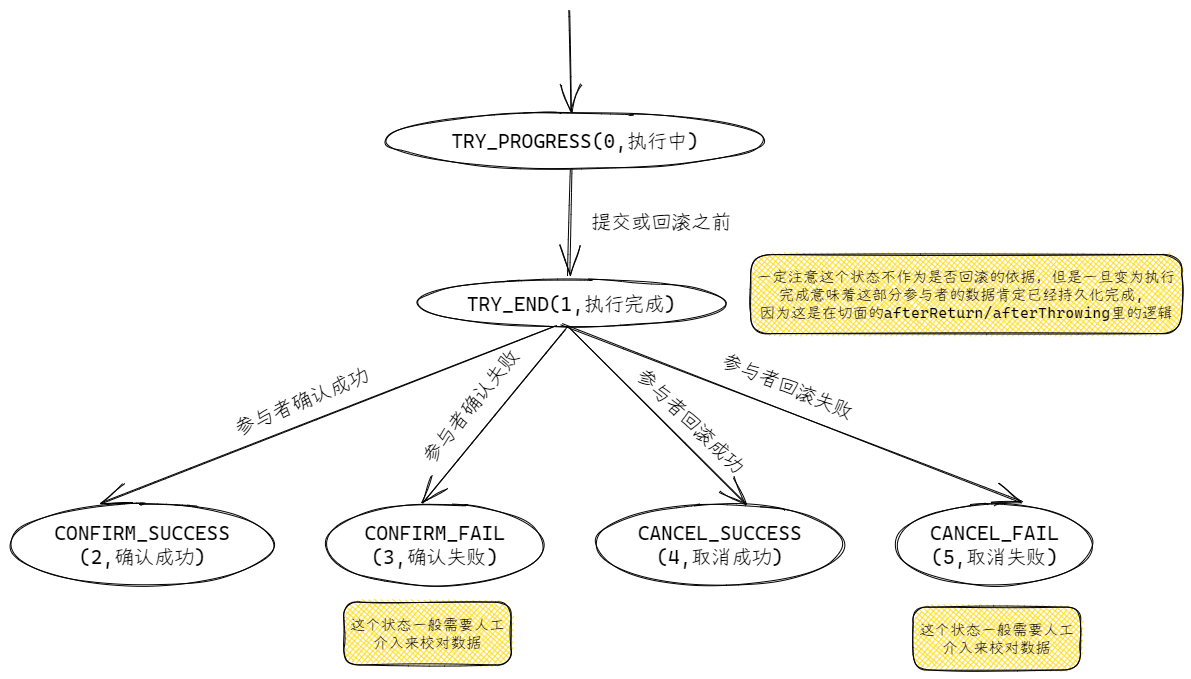
The Excalidraw diagram starboss/分布式事务/6. 参与者状态流转图.excalidraw.png in XujinCoding/Excalidraw, before a commit. Source tidied: one line per element, renumbered; positions are measured from the earlier drawing's top-left corner, leaving out a move shared by most shapes. The source it was exported from:
```json
{"id": 0, "type": "arrow", "strokeColor": "#000000", "strokeWidth": 1, "roughness": 1, "endArrowhead": "arrow", "round": true, "to": 1, "x": 559, "y": 0, "width": 2, "height": 102, "points": [[0, 0], [2, 102]]}
{"id": 1, "type": "ellipse", "strokeColor": "#000000", "strokeWidth": 1, "roughness": 1, "round": true, "x": 376, "y": 103, "width": 378, "height": 56}
{"id": 2, "type": "text", "text": "TRY_PROGRESS(0,执行中)", "strokeColor": "#000000", "strokeWidth": 1, "roughness": 1, "fontSize": 20, "fontFamily": 3, "textAlign": "center", "verticalAlign": "middle", "inside": 1, "x": 441, "y": 119, "width": 248, "height": 24}
{"id": 3, "type": "ellipse", "strokeColor": "#000000", "strokeWidth": 1, "roughness": 1, "round": true, "x": 406, "y": 269, "width": 310, "height": 48}
{"id": 4, "type": "text", "text": "TRY_END(1,执行完成)", "strokeColor": "#000000", "strokeWidth": 1, "roughness": 1, "fontSize": 20, "fontFamily": 3, "textAlign": "center", "verticalAlign": "middle", "inside": 3, "x": 457, "y": 281, "width": 209, "height": 24}
{"id": 5, "type": "arrow", "strokeColor": "#000000", "strokeWidth": 1, "roughness": 1, "endArrowhead": "arrow", "round": true, "from": 1, "to": 3, "x": 561, "y": 160, "width": 3, "height": 106, "points": [[0, 0], [-3, 106]]}
{"id": 6, "type": "text", "text": "提交或回滚之前", "strokeColor": "#000000", "strokeWidth": 1, "roughness": 1, "fontSize": 20, "fontFamily": 3, "x": 581, "y": 200, "width": 140, "height": 24}
{"id": 7, "type": "ellipse", "strokeColor": "#000000", "strokeWidth": 1, "roughness": 1, "round": true, "x": 0, "y": 494, "width": 264, "height": 82}
{"id": 8, "type": "text", "text": "CONFIRM_SUCCESS\n(2,确认成功)", "strokeColor": "#000000", "strokeWidth": 1, "roughness": 1, "fontSize": 20, "fontFamily": 3, "textAlign": "center", "verticalAlign": "middle", "inside": 7, "x": 44, "y": 511, "width": 176, "height": 48}
{"id": 9, "type": "ellipse", "strokeColor": "#000000", "strokeWidth": 1, "roughness": 1, "round": true, "x": 316, "y": 494, "width": 217, "height": 82}
{"id": 10, "type": "text", "text": "CONFIRM_FAIL\n(3,确认失败)", "strokeColor": "#000000", "strokeWidth": 1, "roughness": 1, "fontSize": 20, "fontFamily": 3, "textAlign": "center", "verticalAlign": "middle", "inside": 9, "x": 354, "y": 511, "width": 141, "height": 48}
{"id": 11, "type": "ellipse", "strokeColor": "#000000", "strokeWidth": 1, "roughness": 1, "round": true, "x": 586, "y": 494, "width": 248, "height": 82}
{"id": 12, "type": "text", "text": "CANCEL_SUCCESS\n(4,取消成功)", "strokeColor": "#000000", "strokeWidth": 1, "roughness": 1, "fontSize": 20, "fontFamily": 3, "textAlign": "center", "verticalAlign": "middle", "inside": 11, "x": 628, "y": 511, "width": 164, "height": 48}
{"id": 13, "type": "ellipse", "strokeColor": "#000000", "strokeWidth": 1, "roughness": 1, "round": true, "x": 886, "y": 494, "width": 196, "height": 82}
{"id": 14, "type": "text", "text": "CANCEL_FAIL\n(5,取消失败)", "strokeColor": "#000000", "strokeWidth": 1, "roughness": 1, "fontSize": 20, "fontFamily": 3, "textAlign": "center", "verticalAlign": "middle", "inside": 13, "x": 920, "y": 511, "width": 129, "height": 48}
{"id": 15, "type": "arrow", "strokeColor": "#000000", "strokeWidth": 1, "roughness": 1, "endArrowhead": "arrow", "round": true, "to": 7, "x": 546, "y": 315, "width": 454, "height": 177, "points": [[0, 0], [-454, 177]]}
{"id": 16, "type": "arrow", "strokeColor": "#000000", "strokeWidth": 1, "roughness": 1, "endArrowhead": "arrow", "round": true, "from": 3, "to": 9, "x": 557, "y": 318, "width": 145, "height": 175, "points": [[0, 0], [-145, 175]]}
{"id": 17, "type": "arrow", "strokeColor": "#000000", "strokeWidth": 1, "roughness": 1, "endArrowhead": "arrow", "round": true, "from": 3, "to": 11, "x": 559, "y": 318, "width": 176, "height": 175, "points": [[0, 0], [176, 175]]}
{"id": 18, "type": "arrow", "strokeColor": "#000000", "strokeWidth": 1, "roughness": 1, "endArrowhead": "arrow", "round": true, "to": 13, "x": 552, "y": 315, "width": 461, "height": 177, "points": [[0, 0], [461, 177]]}
{"id": 19, "type": "text", "text": "参与者确认成功", "strokeColor": "#000000", "angle": 5.88, "strokeWidth": 1, "roughness": 1, "fontSize": 20.43, "fontFamily": 3, "x": 220, "y": 380, "width": 143, "height": 24}
{"id": 20, "type": "text", "text": "参与者确认失败", "strokeColor": "#000000", "angle": 5.39, "strokeWidth": 1, "roughness": 1, "fontSize": 20, "fontFamily": 3, "x": 391, "y": 384, "width": 140, "height": 24}
{"id": 21, "type": "text", "text": "参与者回滚成功", "strokeColor": "#000000", "angle": 0.77, "strokeWidth": 1, "roughness": 1, "fontSize": 20, "fontFamily": 3, "x": 611, "y": 399, "width": 140, "height": 24}
{"id": 22, "type": "text", "text": "参与者回滚失败", "strokeColor": "#000000", "angle": 0.39, "strokeWidth": 1, "roughness": 1, "fontSize": 20, "fontFamily": 3, "x": 708, "y": 364, "width": 140, "height": 24}
{"id": 23, "type": "rectangle", "strokeColor": "#000000", "backgroundColor": "#ffd700", "fillStyle": "cross-hatch", "strokeWidth": 1, "roughness": 1, "round": true, "x": 741, "y": 245, "width": 431, "height": 79}
{"id": 24, "type": "text", "text": "一定注意这个状态不作为是否回滚的依据，但是一旦变为执行\n完成意味着这部分参与者的数据肯定已经持久化完成, \n因为这是在切面的afterReturn/afterThrowing里的逻辑", "strokeColor": "#000000", "backgroundColor": "#228be6", "fillStyle": "hachure", "strokeWidth": 1, "roughness": 1, "fontSize": 15.5, "fontFamily": 3, "textAlign": "center", "verticalAlign": "middle", "inside": 23, "x": 747, "y": 257, "width": 418, "height": 54}
{"id": 25, "type": "rectangle", "strokeColor": "#000000", "backgroundColor": "#ffd700", "fillStyle": "cross-hatch", "strokeWidth": 1, "roughness": 1, "round": true, "x": 334, "y": 592, "width": 167, "height": 63}
{"id": 26, "type": "text", "text": "这个状态一般需要人工\n介入来校对数据", "strokeColor": "#000000", "backgroundColor": "#228be6", "fillStyle": "hachure", "strokeWidth": 1, "roughness": 1, "fontSize": 15.5, "fontFamily": 3, "textAlign": "center", "verticalAlign": "middle", "inside": 25, "x": 340, "y": 606, "width": 155, "height": 36}
{"id": 27, "type": "rectangle", "strokeColor": "#000000", "backgroundColor": "#ffd700", "fillStyle": "cross-hatch", "strokeWidth": 1, "roughness": 1, "round": true, "x": 903, "y": 597, "width": 167, "height": 63}
{"id": 28, "type": "text", "text": "这个状态一般需要人工\n介入来校对数据", "strokeColor": "#000000", "backgroundColor": "#228be6", "fillStyle": "hachure", "strokeWidth": 1, "roughness": 1, "fontSize": 15.5, "fontFamily": 3, "textAlign": "center", "verticalAlign": "middle", "inside": 27, "x": 909, "y": 611, "width": 155, "height": 36}
```
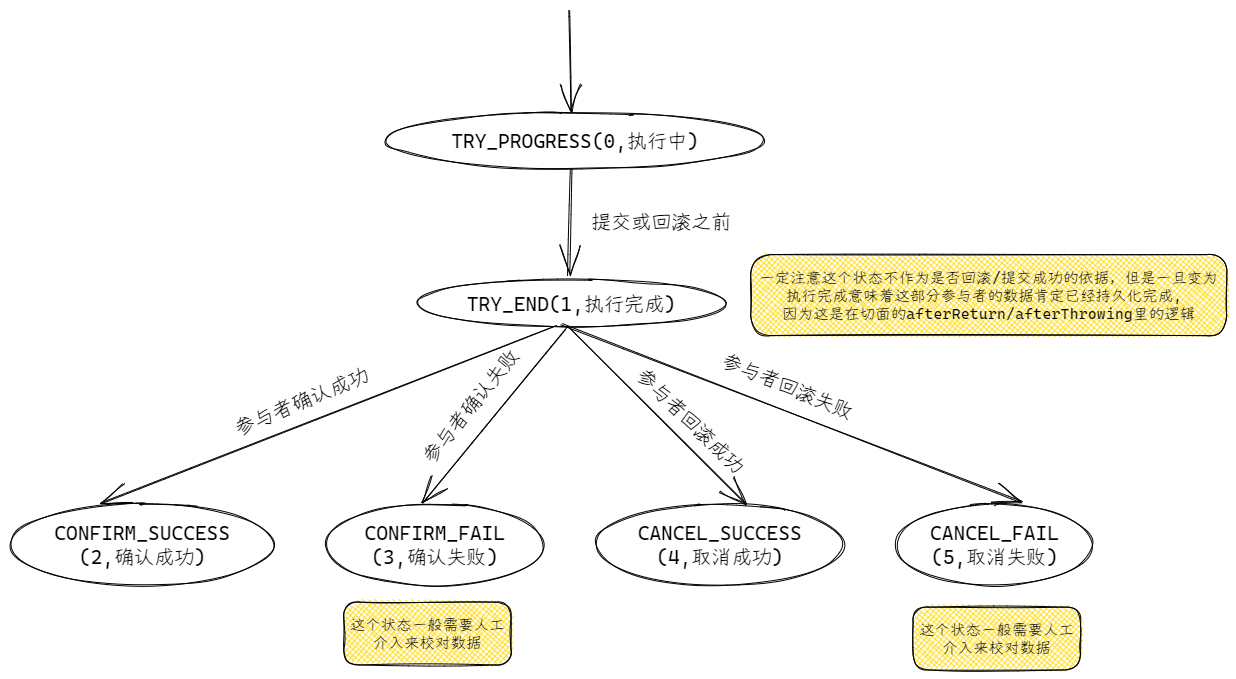
Later version of the same file.

Commit message:
分布式事务图细节补充

What changed in the source:
```diff
@@ -21,8 +21,8 @@
 {"id": 20, "type": "text", "text": "参与者确认失败", "strokeColor": "#000000", "angle": 5.39, "strokeWidth": 1, "roughness": 1, "fontSize": 20, "fontFamily": 3, "x": 391, "y": 384, "width": 140, "height": 24}
 {"id": 21, "type": "text", "text": "参与者回滚成功", "strokeColor": "#000000", "angle": 0.77, "strokeWidth": 1, "roughness": 1, "fontSize": 20, "fontFamily": 3, "x": 611, "y": 399, "width": 140, "height": 24}
 {"id": 22, "type": "text", "text": "参与者回滚失败", "strokeColor": "#000000", "angle": 0.39, "strokeWidth": 1, "roughness": 1, "fontSize": 20, "fontFamily": 3, "x": 708, "y": 364, "width": 140, "height": 24}
-{"id": 23, "type": "rectangle", "strokeColor": "#000000", "backgroundColor": "#ffd700", "fillStyle": "cross-hatch", "strokeWidth": 1, "roughness": 1, "round": true, "x": 741, "y": 245, "width": 431, "height": 79}
+{"id": 23, "type": "rectangle", "strokeColor": "#000000", "backgroundColor": "#ffd700", "fillStyle": "cross-hatch", "strokeWidth": 1, "roughness": 1, "round": true, "x": 741, "y": 245, "width": 476, "height": 81}
-{"id": 24, "type": "text", "text": "一定注意这个状态不作为是否回滚的依据，但是一旦变为执行\n完成意味着这部分参与者的数据肯定已经持久化完成, \n因为这是在切面的afterReturn/afterThrowing里的逻辑", "strokeColor": "#000000", "backgroundColor": "#228be6", "fillStyle": "hachure", "strokeWidth": 1, "roughness": 1, "fontSize": 15.5, "fontFamily": 3, "textAlign": "center", "verticalAlign": "middle", "inside": 23, "x": 747, "y": 257, "width": 418, "height": 54}
+{"id": 24, "type": "text", "text": "一定注意这个状态不作为是否回滚/提交成功的依据，但是一旦变为\n执行完成意味着这部分参与者的数据肯定已经持久化完成, \n因为这是在切面的afterReturn/afterThrowing里的逻辑", "strokeColor": "#000000", "backgroundColor": "#228be6", "fillStyle": "hachure", "strokeWidth": 1, "roughness": 1, "fontSize": 15.5, "fontFamily": 3, "textAlign": "center", "verticalAlign": "middle", "inside": 23, "x": 750, "y": 258, "width": 458, "height": 54}
 {"id": 25, "type": "rectangle", "strokeColor": "#000000", "backgroundColor": "#ffd700", "fillStyle": "cross-hatch", "strokeWidth": 1, "roughness": 1, "round": true, "x": 334, "y": 592, "width": 167, "height": 63}
 {"id": 26, "type": "text", "text": "这个状态一般需要人工\n介入来校对数据", "strokeColor": "#000000", "backgroundColor": "#228be6", "fillStyle": "hachure", "strokeWidth": 1, "roughness": 1, "fontSize": 15.5, "fontFamily": 3, "textAlign": "center", "verticalAlign": "middle", "inside": 25, "x": 340, "y": 606, "width": 155, "height": 36}
 {"id": 27, "type": "rectangle", "strokeColor": "#000000", "backgroundColor": "#ffd700", "fillStyle": "cross-hatch", "strokeWidth": 1, "roughness": 1, "round": true, "x": 903, "y": 597, "width": 167, "height": 63}
```
